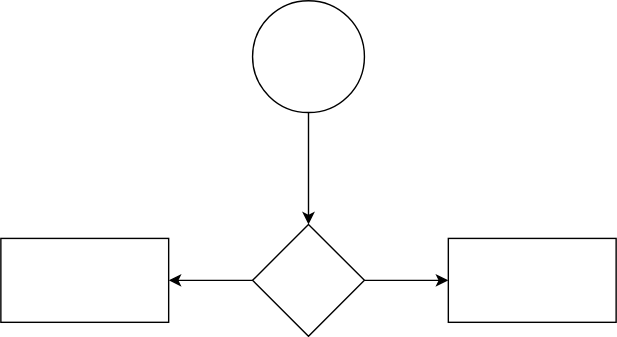
pegandoasmanhas/assets keeps this draw.io diagram as diagrams/Diagram.svg. Above is the earlier version. Source tidied: cells renumbered, new cells last; positions are measured from the earlier drawing's top-left corner, leaving out a move shared by most shapes. The source it was exported from:
```xml
<mxGraphModel>
  <root>
    <mxCell id="0" style="html=1;" />
    <mxCell id="1" style="html=1;" parent="0" />
    <mxCell id="2" style="edgeStyle=orthogonalEdgeStyle;rounded=0;jettySize=auto;html=1;" parent="1" edge="1" source="3" target="6">
      <mxGeometry relative="1" as="geometry" />
    </mxCell>
    <mxCell id="3" style="ellipse;whiteSpace=wrap;html=1;" parent="1" vertex="1">
      <mxGeometry x="180" width="80" height="80" as="geometry" />
    </mxCell>
    <mxCell id="4" style="edgeStyle=orthogonalEdgeStyle;rounded=0;jettySize=auto;html=1;" parent="1" edge="1" source="6" target="7">
      <mxGeometry relative="1" as="geometry" />
    </mxCell>
    <mxCell id="5" style="edgeStyle=orthogonalEdgeStyle;rounded=0;jettySize=auto;html=1;" parent="1" edge="1" source="6" target="8">
      <mxGeometry relative="1" as="geometry" />
    </mxCell>
    <mxCell id="6" style="rhombus;whiteSpace=wrap;html=1;" parent="1" vertex="1">
      <mxGeometry x="180" y="160" width="80" height="80" as="geometry" />
    </mxCell>
    <mxCell id="7" style="whiteSpace=wrap;html=1;" parent="1" vertex="1">
      <mxGeometry x="320" y="170" width="120" height="60" as="geometry" />
    </mxCell>
    <mxCell id="8" style="whiteSpace=wrap;html=1;" parent="1" vertex="1">
      <mxGeometry y="170" width="120" height="60" as="geometry" />
    </mxCell>
  </root>
</mxGraphModel>
```
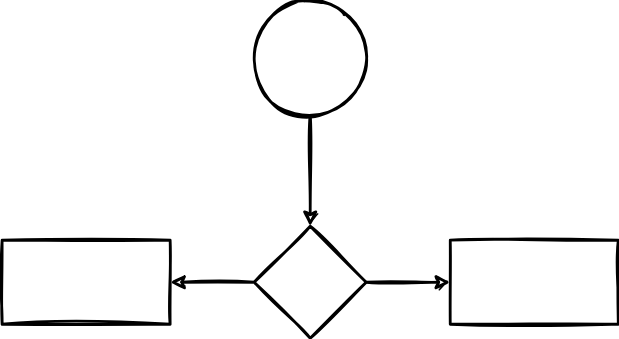
The same file after the commit.

The edit, as a diff of the source:
```diff
@@ -2,25 +2,25 @@
   <root>
     <mxCell id="0" style="html=1;" />
     <mxCell id="1" style="html=1;" parent="0" />
-    <mxCell id="2" style="edgeStyle=orthogonalEdgeStyle;rounded=0;jettySize=auto;html=1;" parent="1" edge="1" source="3" target="6">
+    <mxCell id="2" style="edgeStyle=orthogonalEdgeStyle;rounded=0;jettySize=auto;html=1;sketch=1;strokeWidth=2;" parent="1" edge="1" source="3" target="6">
       <mxGeometry relative="1" as="geometry" />
     </mxCell>
-    <mxCell id="3" style="ellipse;whiteSpace=wrap;html=1;" parent="1" vertex="1">
+    <mxCell id="3" style="ellipse;whiteSpace=wrap;html=1;sketch=1;strokeWidth=2;" parent="1" vertex="1">
       <mxGeometry x="180" width="80" height="80" as="geometry" />
     </mxCell>
-    <mxCell id="4" style="edgeStyle=orthogonalEdgeStyle;rounded=0;jettySize=auto;html=1;" parent="1" edge="1" source="6" target="7">
+    <mxCell id="4" style="edgeStyle=orthogonalEdgeStyle;rounded=0;jettySize=auto;html=1;sketch=1;strokeWidth=2;" parent="1" edge="1" source="6" target="7">
       <mxGeometry relative="1" as="geometry" />
     </mxCell>
-    <mxCell id="5" style="edgeStyle=orthogonalEdgeStyle;rounded=0;jettySize=auto;html=1;" parent="1" edge="1" source="6" target="8">
+    <mxCell id="5" style="edgeStyle=orthogonalEdgeStyle;rounded=0;jettySize=auto;html=1;sketch=1;strokeWidth=2;" parent="1" edge="1" source="6" target="8">
       <mxGeometry relative="1" as="geometry" />
     </mxCell>
-    <mxCell id="6" style="rhombus;whiteSpace=wrap;html=1;" parent="1" vertex="1">
+    <mxCell id="6" style="rhombus;whiteSpace=wrap;html=1;sketch=1;strokeWidth=2;" parent="1" vertex="1">
       <mxGeometry x="180" y="160" width="80" height="80" as="geometry" />
     </mxCell>
-    <mxCell id="7" style="whiteSpace=wrap;html=1;" parent="1" vertex="1">
+    <mxCell id="7" style="whiteSpace=wrap;html=1;sketch=1;strokeWidth=2;" parent="1" vertex="1">
       <mxGeometry x="320" y="170" width="120" height="60" as="geometry" />
     </mxCell>
-    <mxCell id="8" style="whiteSpace=wrap;html=1;" parent="1" vertex="1">
+    <mxCell id="8" style="whiteSpace=wrap;html=1;sketch=1;strokeWidth=2;" parent="1" vertex="1">
       <mxGeometry y="170" width="120" height="60" as="geometry" />
     </mxCell>
   </root>
```
